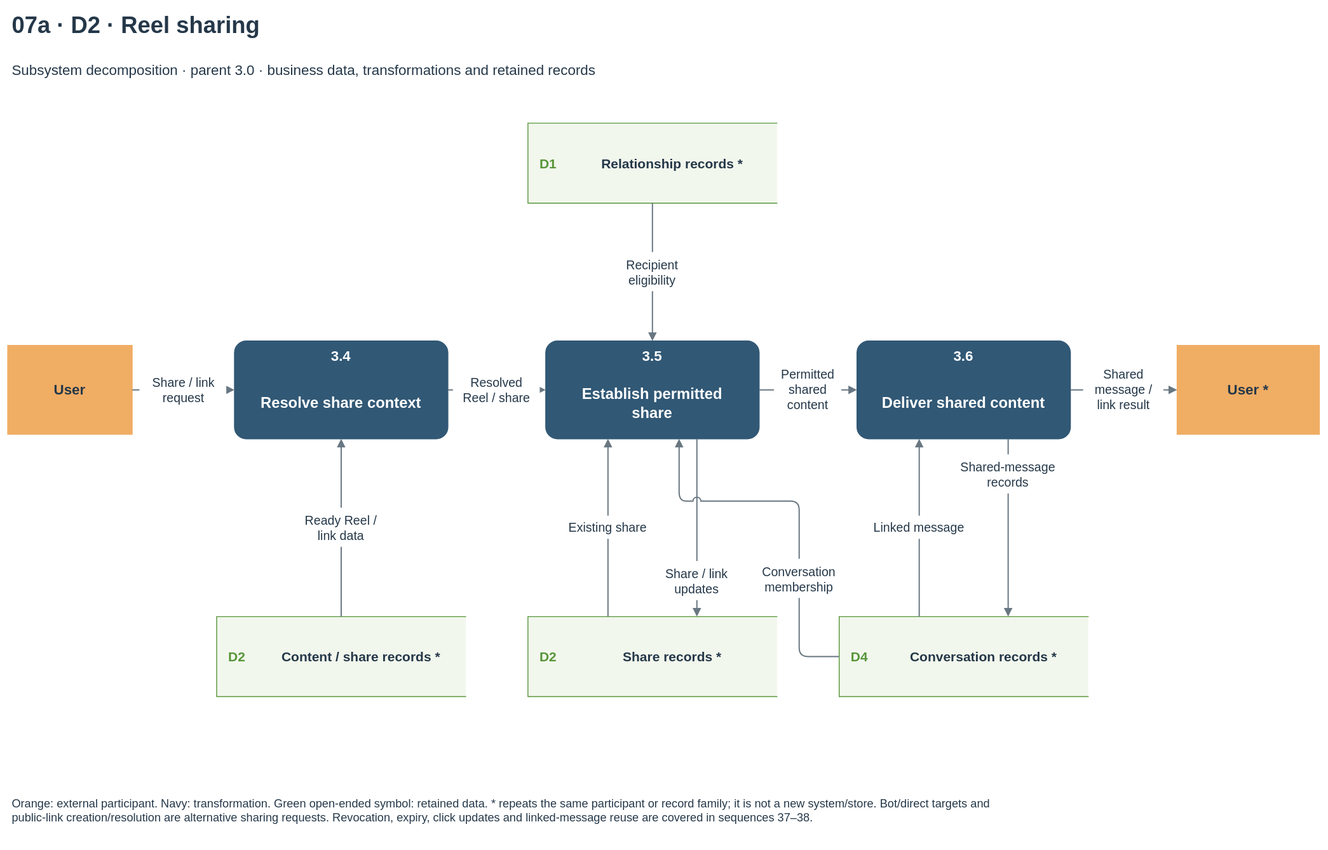
HieuCuteDangYeu/velora-backend keeps this draw.io diagram as docs/diagrams/velora-current/importable-svg/07a-dfd-sharing.drawio.svg. Above is the earlier version. Source tidied: cells renumbered, new cells last; positions are measured from the earlier drawing's top-left corner, leaving out a move shared by most shapes. Its diagram source:
```xml
<mxGraphModel>
  <root>
    <mxCell id="0" />
    <mxCell id="1" parent="0" />
    <mxCell id="2" value="07a · D2 · Reel sharing" style="text;html=1;whiteSpace=wrap;fontFamily=Arial;fontSize=26;fontColor=#253849;fontStyle=1;align=left;verticalAlign=middle;spacing=0;" parent="1" vertex="1">
      <mxGeometry x="5" width="1460" height="40" as="geometry" />
    </mxCell>
    <mxCell id="3" value="Subsystem decomposition · parent 3.0 · business data, transformations and retained records" style="text;html=1;whiteSpace=wrap;fontFamily=Arial;fontSize=16;fontColor=#253849;fontStyle=0;align=left;verticalAlign=middle;spacing=0;" parent="1" vertex="1">
      <mxGeometry x="5" y="50" width="1460" height="40" as="geometry" />
    </mxCell>
    <mxCell id="4" style="rounded=1;arcSize=12;fillColor=#315875;strokeColor=#315875;dashed=0;whiteSpace=wrap;" parent="1" vertex="1">
      <mxGeometry x="255" y="375" width="240" height="110" as="geometry" />
    </mxCell>
    <mxCell id="5" value="3.4" style="text;html=1;whiteSpace=wrap;fontFamily=Arial;fontSize=16;fontColor=white;fontStyle=1;align=center;verticalAlign=middle;spacing=0;" parent="4" vertex="1">
      <mxGeometry x="5" y="4" width="230" height="25" as="geometry" />
    </mxCell>
    <mxCell id="6" value="Resolve share context" style="text;html=1;whiteSpace=wrap;fontFamily=Arial;fontSize=17;fontColor=white;fontStyle=1;align=center;verticalAlign=middle;spacing=0;" parent="4" vertex="1">
      <mxGeometry x="8" y="36" width="224" height="70" as="geometry" />
    </mxCell>
    <mxCell id="7" style="rounded=1;arcSize=12;fillColor=#315875;strokeColor=#315875;dashed=0;whiteSpace=wrap;" parent="1" vertex="1">
      <mxGeometry x="605" y="375" width="240" height="110" as="geometry" />
    </mxCell>
    <mxCell id="8" value="3.5" style="text;html=1;whiteSpace=wrap;fontFamily=Arial;fontSize=16;fontColor=white;fontStyle=1;align=center;verticalAlign=middle;spacing=0;" parent="7" vertex="1">
      <mxGeometry x="5" y="4" width="230" height="25" as="geometry" />
    </mxCell>
    <mxCell id="9" value="Establish permitted&lt;br&gt;share" style="text;html=1;whiteSpace=wrap;fontFamily=Arial;fontSize=17;fontColor=white;fontStyle=1;align=center;verticalAlign=middle;spacing=0;" parent="7" vertex="1">
      <mxGeometry x="8" y="36" width="224" height="70" as="geometry" />
    </mxCell>
    <mxCell id="10" style="rounded=1;arcSize=12;fillColor=#315875;strokeColor=#315875;dashed=0;whiteSpace=wrap;" parent="1" vertex="1">
      <mxGeometry x="955" y="375" width="240" height="110" as="geometry" />
    </mxCell>
    <mxCell id="11" value="3.6" style="text;html=1;whiteSpace=wrap;fontFamily=Arial;fontSize=16;fontColor=white;fontStyle=1;align=center;verticalAlign=middle;spacing=0;" parent="10" vertex="1">
      <mxGeometry x="5" y="4" width="230" height="25" as="geometry" />
    </mxCell>
    <mxCell id="12" value="Deliver shared content" style="text;html=1;whiteSpace=wrap;fontFamily=Arial;fontSize=17;fontColor=white;fontStyle=1;align=center;verticalAlign=middle;spacing=0;" parent="10" vertex="1">
      <mxGeometry x="8" y="36" width="224" height="70" as="geometry" />
    </mxCell>
    <mxCell id="13" style="rounded=0;arcSize=12;fillColor=#f0ad64;strokeColor=#f0ad64;dashed=0;whiteSpace=wrap;" parent="1" vertex="1">
      <mxGeometry y="380" width="140" height="100" as="geometry" />
    </mxCell>
    <mxCell id="14" value="User" style="text;html=1;whiteSpace=wrap;fontFamily=Arial;fontSize=16;fontColor=#253849;fontStyle=1;align=center;verticalAlign=middle;spacing=0;" parent="13" vertex="1">
      <mxGeometry x="8" y="8" width="124" height="84" as="geometry" />
    </mxCell>
    <mxCell id="15" style="rounded=0;arcSize=12;fillColor=#f0ad64;strokeColor=#f0ad64;dashed=0;whiteSpace=wrap;" parent="1" vertex="1">
      <mxGeometry x="1315" y="380" width="160" height="100" as="geometry" />
    </mxCell>
    <mxCell id="16" value="User *" style="text;html=1;whiteSpace=wrap;fontFamily=Arial;fontSize=16;fontColor=#253849;fontStyle=1;align=center;verticalAlign=middle;spacing=0;" parent="15" vertex="1">
      <mxGeometry x="8" y="8" width="144" height="84" as="geometry" />
    </mxCell>
    <mxCell id="17" style="shape=partialRectangle;right=0;left=1;top=1;bottom=1;rounded=0;fillColor=#f2f7ed;strokeColor=#579539;whiteSpace=wrap;" parent="1" vertex="1">
      <mxGeometry x="235" y="685" width="280" height="90" as="geometry" />
    </mxCell>
    <mxCell id="18" value="D2" style="text;html=1;whiteSpace=wrap;fontFamily=Arial;fontSize=15;fontColor=#579539;fontStyle=1;align=center;verticalAlign=middle;spacing=0;" parent="17" vertex="1">
      <mxGeometry x="2" y="2" width="42" height="86" as="geometry" />
    </mxCell>
    <mxCell id="19" value="Content / share records *" style="text;html=1;whiteSpace=wrap;fontFamily=Arial;fontSize=15;fontColor=#253849;fontStyle=1;align=center;verticalAlign=middle;spacing=0;" parent="17" vertex="1">
      <mxGeometry x="53" y="5" width="219" height="80" as="geometry" />
    </mxCell>
    <mxCell id="20" style="shape=partialRectangle;right=0;left=1;top=1;bottom=1;rounded=0;fillColor=#f2f7ed;strokeColor=#579539;whiteSpace=wrap;" parent="1" vertex="1">
      <mxGeometry x="585" y="130" width="280" height="90" as="geometry" />
    </mxCell>
    <mxCell id="21" value="D1" style="text;html=1;whiteSpace=wrap;fontFamily=Arial;fontSize=15;fontColor=#579539;fontStyle=1;align=center;verticalAlign=middle;spacing=0;" parent="20" vertex="1">
      <mxGeometry x="2" y="2" width="42" height="86" as="geometry" />
    </mxCell>
    <mxCell id="22" value="Relationship records *" style="text;html=1;whiteSpace=wrap;fontFamily=Arial;fontSize=15;fontColor=#253849;fontStyle=1;align=center;verticalAlign=middle;spacing=0;" parent="20" vertex="1">
      <mxGeometry x="53" y="5" width="219" height="80" as="geometry" />
    </mxCell>
    <mxCell id="23" style="shape=partialRectangle;right=0;left=1;top=1;bottom=1;rounded=0;fillColor=#f2f7ed;strokeColor=#579539;whiteSpace=wrap;" parent="1" vertex="1">
      <mxGeometry x="585" y="685" width="280" height="90" as="geometry" />
    </mxCell>
    <mxCell id="24" value="D2" style="text;html=1;whiteSpace=wrap;fontFamily=Arial;fontSize=15;fontColor=#579539;fontStyle=1;align=center;verticalAlign=middle;spacing=0;" parent="23" vertex="1">
      <mxGeometry x="2" y="2" width="42" height="86" as="geometry" />
    </mxCell>
    <mxCell id="25" value="Share records *" style="text;html=1;whiteSpace=wrap;fontFamily=Arial;fontSize=15;fontColor=#253849;fontStyle=1;align=center;verticalAlign=middle;spacing=0;" parent="23" vertex="1">
      <mxGeometry x="53" y="5" width="219" height="80" as="geometry" />
    </mxCell>
    <mxCell id="26" style="shape=partialRectangle;right=0;left=1;top=1;bottom=1;rounded=0;fillColor=#f2f7ed;strokeColor=#579539;whiteSpace=wrap;" parent="1" vertex="1">
      <mxGeometry x="935" y="685" width="280" height="90" as="geometry" />
    </mxCell>
    <mxCell id="27" value="D4" style="text;html=1;whiteSpace=wrap;fontFamily=Arial;fontSize=15;fontColor=#579539;fontStyle=1;align=center;verticalAlign=middle;spacing=0;" parent="26" vertex="1">
      <mxGeometry x="2" y="2" width="42" height="86" as="geometry" />
    </mxCell>
    <mxCell id="28" value="Conversation records *" style="text;html=1;whiteSpace=wrap;fontFamily=Arial;fontSize=15;fontColor=#253849;fontStyle=1;align=center;verticalAlign=middle;spacing=0;" parent="26" vertex="1">
      <mxGeometry x="53" y="5" width="219" height="80" as="geometry" />
    </mxCell>
    <mxCell id="29" style="edgeStyle=none;noEdgeStyle=1;endArrow=block;endFill=1;strokeColor=#687782;strokeWidth=1.4;jumpStyle=arc;jumpSize=8;exitPerimeter=0;entryPerimeter=0;exitX=1.0;exitY=0.5;entryX=0.0;entryY=0.5;" parent="1" edge="1" source="13" target="4">
      <mxGeometry relative="1" as="geometry" />
    </mxCell>
    <mxCell id="30" style="edgeStyle=none;noEdgeStyle=1;endArrow=block;endFill=1;strokeColor=#687782;strokeWidth=1.4;jumpStyle=arc;jumpSize=8;exitPerimeter=0;entryPerimeter=0;exitX=1.0;exitY=0.5;entryX=0.0;entryY=0.5;" parent="1" edge="1" source="10" target="15">
      <mxGeometry relative="1" as="geometry" />
    </mxCell>
    <mxCell id="31" style="edgeStyle=none;noEdgeStyle=1;endArrow=block;endFill=1;strokeColor=#687782;strokeWidth=1.4;jumpStyle=arc;jumpSize=8;exitPerimeter=0;entryPerimeter=0;exitX=1.0;exitY=0.5;entryX=0.0;entryY=0.5;" parent="1" edge="1" source="4" target="7">
      <mxGeometry relative="1" as="geometry" />
    </mxCell>
    <mxCell id="32" style="edgeStyle=none;noEdgeStyle=1;endArrow=block;endFill=1;strokeColor=#687782;strokeWidth=1.4;jumpStyle=arc;jumpSize=8;exitPerimeter=0;entryPerimeter=0;exitX=1.0;exitY=0.5;entryX=0.0;entryY=0.5;" parent="1" edge="1" source="7" target="10">
      <mxGeometry relative="1" as="geometry" />
    </mxCell>
    <mxCell id="33" style="edgeStyle=none;noEdgeStyle=1;endArrow=block;endFill=1;strokeColor=#687782;strokeWidth=1.4;jumpStyle=arc;jumpSize=8;exitPerimeter=0;entryPerimeter=0;exitX=0.5;exitY=0.0;entryX=0.5;entryY=1.0;" parent="1" edge="1" source="17" target="4">
      <mxGeometry relative="1" as="geometry" />
    </mxCell>
    <mxCell id="34" style="edgeStyle=none;noEdgeStyle=1;endArrow=block;endFill=1;strokeColor=#687782;strokeWidth=1.4;jumpStyle=arc;jumpSize=8;exitPerimeter=0;entryPerimeter=0;exitX=0.5;exitY=1.0;entryX=0.5;entryY=0.0;" parent="1" edge="1" source="20" target="7">
      <mxGeometry relative="1" as="geometry" />
    </mxCell>
    <mxCell id="35" style="edgeStyle=none;noEdgeStyle=1;endArrow=block;endFill=1;strokeColor=#687782;strokeWidth=1.4;jumpStyle=arc;jumpSize=8;exitPerimeter=0;entryPerimeter=0;exitX=0.32142857142857145;exitY=0.0;entryX=0.2916666666666667;entryY=1.0;" parent="1" edge="1" source="23" target="7">
      <mxGeometry relative="1" as="geometry" />
    </mxCell>
    <mxCell id="36" style="edgeStyle=none;noEdgeStyle=1;endArrow=block;endFill=1;strokeColor=#687782;strokeWidth=1.4;jumpStyle=arc;jumpSize=8;exitPerimeter=0;entryPerimeter=0;exitX=0.7083333333333334;exitY=1.0;entryX=0.6785714285714286;entryY=0.0;" parent="1" edge="1" source="7" target="23">
      <mxGeometry relative="1" as="geometry" />
    </mxCell>
    <mxCell id="37" style="edgeStyle=none;noEdgeStyle=1;endArrow=block;endFill=1;strokeColor=#687782;strokeWidth=1.4;jumpStyle=arc;jumpSize=8;exitPerimeter=0;entryPerimeter=0;exitX=0.32142857142857145;exitY=0.0;entryX=0.2916666666666667;entryY=1.0;" parent="1" edge="1" source="26" target="10">
      <mxGeometry relative="1" as="geometry" />
    </mxCell>
    <mxCell id="38" style="edgeStyle=none;noEdgeStyle=1;endArrow=block;endFill=1;strokeColor=#687782;strokeWidth=1.4;jumpStyle=arc;jumpSize=8;exitPerimeter=0;entryPerimeter=0;exitX=0.7083333333333334;exitY=1.0;entryX=0.6785714285714286;entryY=0.0;" parent="1" edge="1" source="10" target="26">
      <mxGeometry relative="1" as="geometry" />
    </mxCell>
    <mxCell id="39" style="edgeStyle=none;noEdgeStyle=1;endArrow=block;endFill=1;strokeColor=#687782;strokeWidth=1.4;jumpStyle=arc;jumpSize=8;exitPerimeter=0;entryPerimeter=0;exitX=0.0;exitY=0.5;entryX=0.625;entryY=1.0;" parent="1" edge="1" source="26" target="7">
      <mxGeometry relative="1" as="geometry">
        <Array as="points">
          <mxPoint x="890" y="730" />
          <mxPoint x="890" y="555" />
          <mxPoint x="755" y="555" />
        </Array>
      </mxGeometry>
    </mxCell>
    <mxCell id="40" style="fillColor=#ffffff;strokeColor=none;" parent="1" vertex="1">
      <mxGeometry x="501.2" y="408" width="97.6" height="44" as="geometry" />
    </mxCell>
    <mxCell id="41" value="Resolved&lt;br&gt;Reel / share" style="text;html=1;whiteSpace=wrap;fontFamily=Arial;fontSize=14;fontColor=#253849;fontStyle=0;align=center;verticalAlign=middle;spacing=0;" parent="1" vertex="1">
      <mxGeometry x="501.2" y="408" width="97.6" height="44" as="geometry" />
    </mxCell>
    <mxCell id="42" style="fillColor=#ffffff;strokeColor=none;" parent="1" vertex="1">
      <mxGeometry x="862.1" y="399" width="75.7" height="62" as="geometry" />
    </mxCell>
    <mxCell id="43" value="Permitted&lt;br&gt;shared&lt;br&gt;content" style="text;html=1;whiteSpace=wrap;fontFamily=Arial;fontSize=14;fontColor=#253849;fontStyle=0;align=center;verticalAlign=middle;spacing=0;" parent="1" vertex="1">
      <mxGeometry x="862.1" y="399" width="75.7" height="62" as="geometry" />
    </mxCell>
    <mxCell id="44" style="fillColor=#ffffff;strokeColor=none;" parent="1" vertex="1">
      <mxGeometry x="148.7" y="408" width="97.6" height="44" as="geometry" />
    </mxCell>
    <mxCell id="45" value="Share / link&lt;br&gt;request" style="text;html=1;whiteSpace=wrap;fontFamily=Arial;fontSize=14;fontColor=#253849;fontStyle=0;align=center;verticalAlign=middle;spacing=0;" parent="1" vertex="1">
      <mxGeometry x="148.7" y="408" width="97.6" height="44" as="geometry" />
    </mxCell>
    <mxCell id="46" style="fillColor=#ffffff;strokeColor=none;" parent="1" vertex="1">
      <mxGeometry x="1209.8" y="399" width="90.3" height="62" as="geometry" />
    </mxCell>
    <mxCell id="47" value="Shared&lt;br&gt;message /&lt;br&gt;link result" style="text;html=1;whiteSpace=wrap;fontFamily=Arial;fontSize=14;fontColor=#253849;fontStyle=0;align=center;verticalAlign=middle;spacing=0;" parent="1" vertex="1">
      <mxGeometry x="1209.8" y="399" width="90.3" height="62" as="geometry" />
    </mxCell>
    <mxCell id="48" style="fillColor=#ffffff;strokeColor=none;" parent="1" vertex="1">
      <mxGeometry x="679.9" y="275.5" width="90.3" height="44" as="geometry" />
    </mxCell>
    <mxCell id="49" value="Recipient&lt;br&gt;eligibility" style="text;html=1;whiteSpace=wrap;fontFamily=Arial;fontSize=14;fontColor=#253849;fontStyle=0;align=center;verticalAlign=middle;spacing=0;" parent="1" vertex="1">
      <mxGeometry x="679.9" y="275.5" width="90.3" height="44" as="geometry" />
    </mxCell>
    <mxCell id="50" style="fillColor=#ffffff;strokeColor=none;" parent="1" vertex="1">
      <mxGeometry x="326.2" y="563" width="97.6" height="44" as="geometry" />
    </mxCell>
    <mxCell id="51" value="Ready Reel /&lt;br&gt;link data" style="text;html=1;whiteSpace=wrap;fontFamily=Arial;fontSize=14;fontColor=#253849;fontStyle=0;align=center;verticalAlign=middle;spacing=0;" parent="1" vertex="1">
      <mxGeometry x="326.2" y="563" width="97.6" height="44" as="geometry" />
    </mxCell>
    <mxCell id="52" style="fillColor=#ffffff;strokeColor=none;" parent="1" vertex="1">
      <mxGeometry x="618.9" y="572" width="112.2" height="26" as="geometry" />
    </mxCell>
    <mxCell id="53" value="Existing share" style="text;html=1;whiteSpace=wrap;fontFamily=Arial;fontSize=14;fontColor=#253849;fontStyle=0;align=center;verticalAlign=middle;spacing=0;" parent="1" vertex="1">
      <mxGeometry x="618.9" y="572" width="112.2" height="26" as="geometry" />
    </mxCell>
    <mxCell id="54" style="fillColor=#ffffff;strokeColor=none;" parent="1" vertex="1">
      <mxGeometry x="726.2" y="623" width="97.6" height="44" as="geometry" />
    </mxCell>
    <mxCell id="55" value="Share / link&lt;br&gt;updates" style="text;html=1;whiteSpace=wrap;fontFamily=Arial;fontSize=14;fontColor=#253849;fontStyle=0;align=center;verticalAlign=middle;spacing=0;" parent="1" vertex="1">
      <mxGeometry x="726.2" y="623" width="97.6" height="44" as="geometry" />
    </mxCell>
    <mxCell id="56" style="fillColor=#ffffff;strokeColor=none;" parent="1" vertex="1">
      <mxGeometry x="968.9" y="572" width="112.2" height="26" as="geometry" />
    </mxCell>
    <mxCell id="57" value="Linked message" style="text;html=1;whiteSpace=wrap;fontFamily=Arial;fontSize=14;fontColor=#253849;fontStyle=0;align=center;verticalAlign=middle;spacing=0;" parent="1" vertex="1">
      <mxGeometry x="968.9" y="572" width="112.2" height="26" as="geometry" />
    </mxCell>
    <mxCell id="58" style="fillColor=#ffffff;strokeColor=none;" parent="1" vertex="1">
      <mxGeometry x="1068.9" y="503" width="112.2" height="44" as="geometry" />
    </mxCell>
    <mxCell id="59" value="Shared-message&lt;br&gt;records" style="text;html=1;whiteSpace=wrap;fontFamily=Arial;fontSize=14;fontColor=#253849;fontStyle=0;align=center;verticalAlign=middle;spacing=0;" parent="1" vertex="1">
      <mxGeometry x="1068.9" y="503" width="112.2" height="44" as="geometry" />
    </mxCell>
    <mxCell id="60" style="fillColor=#ffffff;strokeColor=none;" parent="1" vertex="1">
      <mxGeometry x="841.2" y="620.5" width="97.6" height="44" as="geometry" />
    </mxCell>
    <mxCell id="61" value="Conversation&lt;br&gt;membership" style="text;html=1;whiteSpace=wrap;fontFamily=Arial;fontSize=14;fontColor=#253849;fontStyle=0;align=center;verticalAlign=middle;spacing=0;" parent="1" vertex="1">
      <mxGeometry x="841.2" y="620.5" width="97.6" height="44" as="geometry" />
    </mxCell>
    <mxCell id="62" value="Orange: external participant. Navy: transformation. Green open-ended symbol: retained data. * repeats the same participant or record family; it is not a new system/store. Bot/direct targets and&lt;br&gt;public-link creation/resolution are alternative sharing requests. Revocation, expiry, click updates and linked-message reuse are covered in sequences 37–38." style="text;html=1;whiteSpace=wrap;fontFamily=Arial;fontSize=13;fontColor=#253849;fontStyle=0;align=left;verticalAlign=middle;spacing=0;" parent="1" vertex="1">
      <mxGeometry x="5" y="865" width="1460" height="75" as="geometry" />
    </mxCell>
  </root>
</mxGraphModel>
```
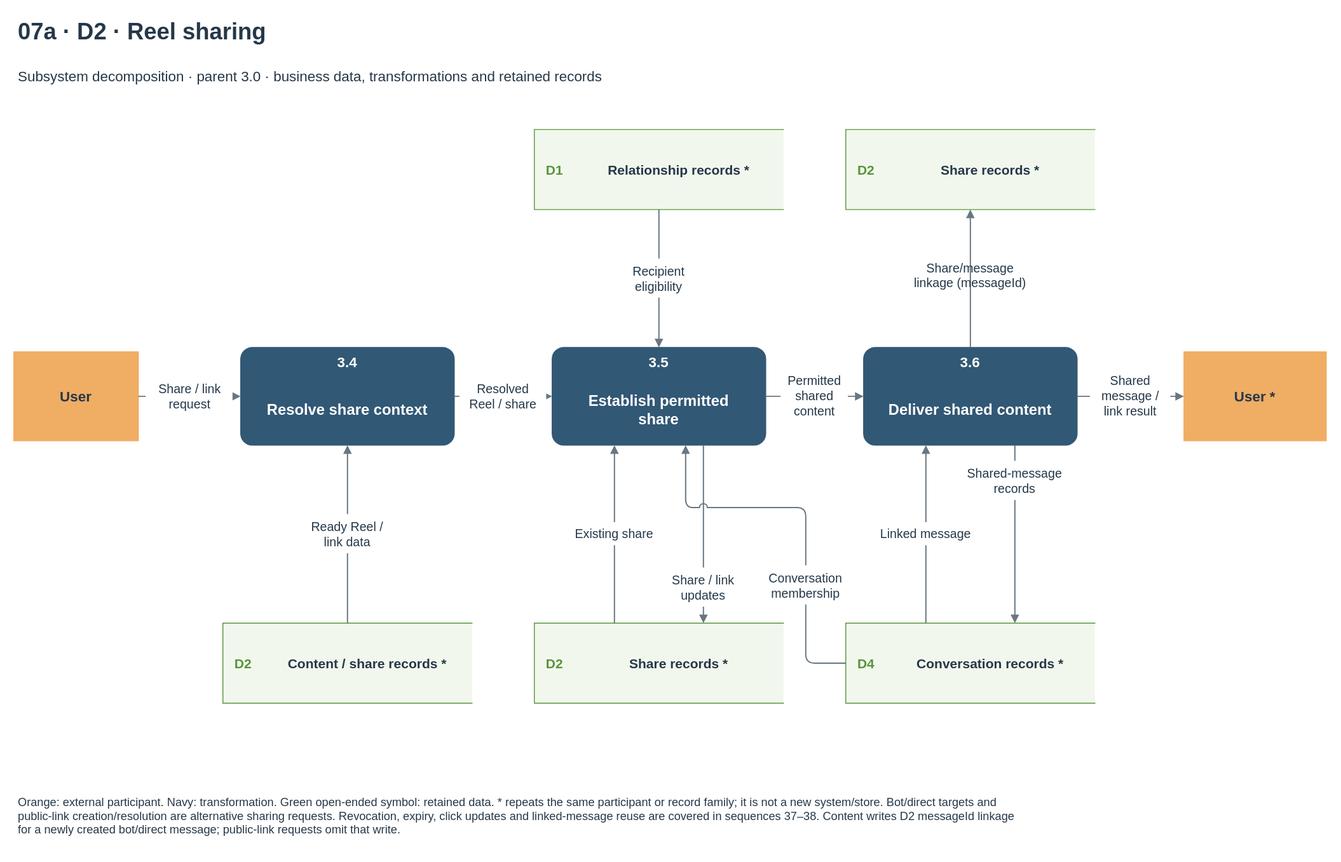
Later version of the same file.

What changed in the source:
```diff
@@ -188,8 +188,23 @@
     <mxCell id="61" value="Conversation&lt;br&gt;membership" style="text;html=1;whiteSpace=wrap;fontFamily=Arial;fontSize=14;fontColor=#253849;fontStyle=0;align=center;verticalAlign=middle;spacing=0;" parent="1" vertex="1">
       <mxGeometry x="841.2" y="620.5" width="97.6" height="44" as="geometry" />
     </mxCell>
-    <mxCell id="62" value="Orange: external participant. Navy: transformation. Green open-ended symbol: retained data. * repeats the same participant or record family; it is not a new system/store. Bot/direct targets and&lt;br&gt;public-link creation/resolution are alternative sharing requests. Revocation, expiry, click updates and linked-message reuse are covered in sequences 37–38." style="text;html=1;whiteSpace=wrap;fontFamily=Arial;fontSize=13;fontColor=#253849;fontStyle=0;align=left;verticalAlign=middle;spacing=0;" parent="1" vertex="1">
-      <mxGeometry x="5" y="865" width="1460" height="75" as="geometry" />
+    <mxCell id="62" value="Orange: external participant. Navy: transformation. Green open-ended symbol: retained data. * repeats the same participant or record family; it is not a new system/store. Bot/direct targets and&lt;br&gt;public-link creation/resolution are alternative sharing requests. Revocation, expiry, click updates and linked-message reuse are covered in sequences 37–38. Content writes D2 messageId linkage&lt;br&gt;for a newly created bot/direct message; public-link requests omit that write." style="text;html=1;whiteSpace=wrap;fontFamily=Arial;fontSize=13;fontColor=#253849;fontStyle=0;align=left;verticalAlign=middle;spacing=0;" parent="1" vertex="1">
+      <mxGeometry x="5" y="865" width="1460" height="74" as="geometry" />
     </mxCell>
+    <mxCell id="63" style="shape=partialRectangle;right=0;left=1;top=1;bottom=1;rounded=0;fillColor=#f2f7ed;strokeColor=#579539;whiteSpace=wrap;" parent="1" vertex="1">
+      <mxGeometry x="935" y="130" width="280" height="90" as="geometry" />
+    </mxCell>
+    <mxCell id="64" value="D2" style="text;html=1;whiteSpace=wrap;fontFamily=Arial;fontSize=15;fontColor=#579539;fontStyle=1;align=center;verticalAlign=middle;spacing=0;" parent="63" vertex="1">
+      <mxGeometry x="2" y="2" width="42" height="86" as="geometry" />
+    </mxCell>
+    <mxCell id="65" value="Share records *" style="text;html=1;whiteSpace=wrap;fontFamily=Arial;fontSize=15;fontColor=#253849;fontStyle=1;align=center;verticalAlign=middle;spacing=0;" parent="63" vertex="1">
+      <mxGeometry x="53" y="5" width="219" height="80" as="geometry" />
+    </mxCell>
+    <mxCell id="66" style="edgeStyle=none;noEdgeStyle=1;endArrow=block;endFill=1;strokeColor=#687782;strokeWidth=1.4;exitPerimeter=0;entryPerimeter=0;exitX=0.5;exitY=0;entryX=0.5;entryY=1;" parent="1" edge="1" source="10" target="63">
+      <mxGeometry relative="1" as="geometry" />
+    </mxCell>
+    <mxCell id="67" value="Share/message&lt;br&gt;linkage (messageId)" style="text;html=1;whiteSpace=wrap;fontFamily=Arial;fontSize=14;fontColor=#253849;fontStyle=0;align=center;verticalAlign=middle;spacing=0;" parent="1" vertex="1">
+      <mxGeometry x="985" y="267" width="180" height="54" as="geometry" />
+    </mxCell>
   </root>
 </mxGraphModel>
```
